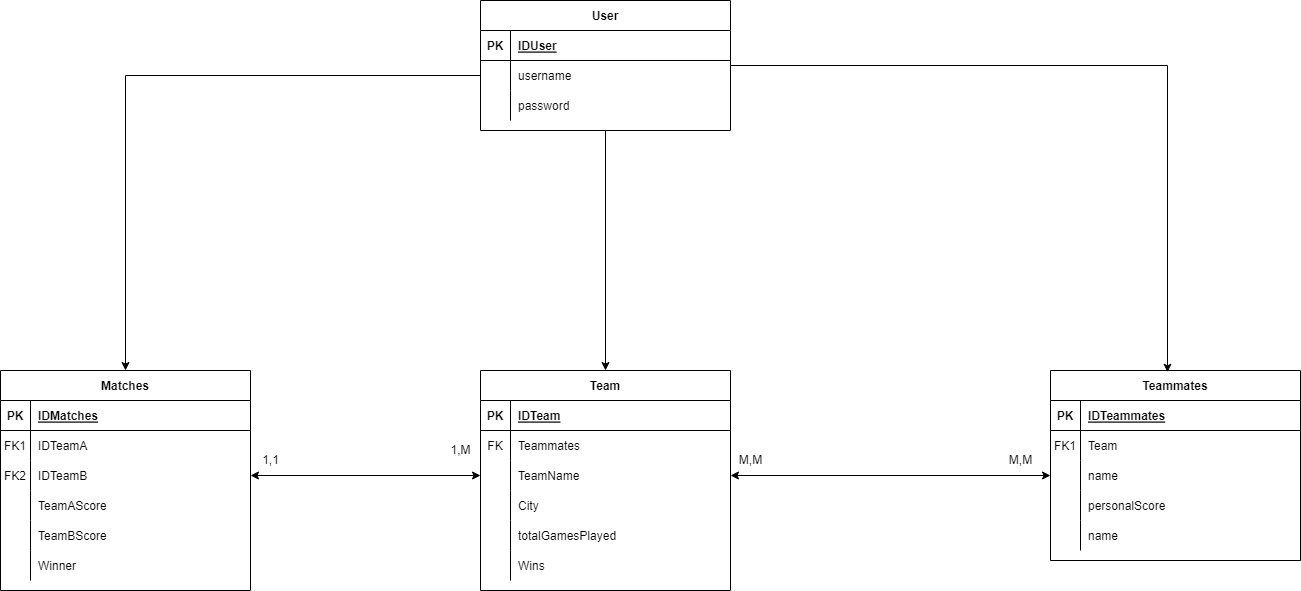
mastilovic/rekreativ-startup keeps this draw.io diagram as src/main/resources/static/UML/RekreativUML.drawio.png. Above is the earlier version. Source tidied: cells renumbered, new cells last; positions are measured from the earlier drawing's top-left corner, leaving out a move shared by most shapes.
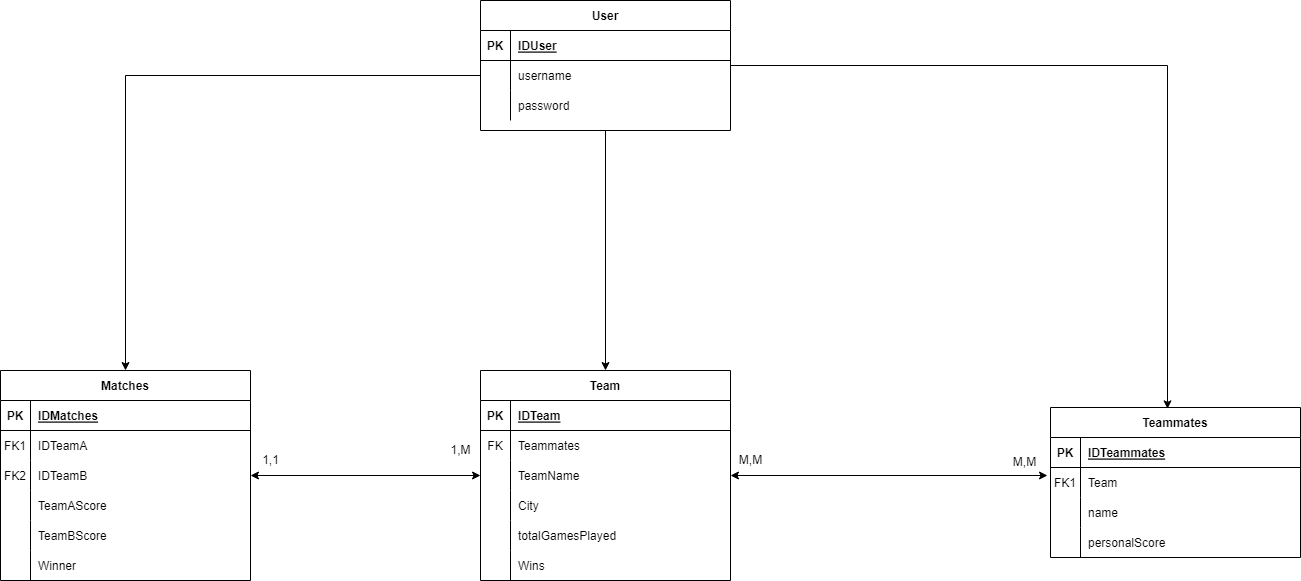
The same diagram one commit later.

Commit message:
Update: UML Diagram

Diff of the diagram source:
```diff
@@ -3,7 +3,7 @@
     <mxCell id="0" />
     <mxCell id="1" parent="0" />
     <mxCell id="2" value="Team" style="shape=table;startSize=30;rowLines=0;fontStyle=1;align=center;" parent="1" vertex="1">
-      <mxGeometry x="480" y="370" width="250" height="220" as="geometry" />
+      <mxGeometry x="480" y="370" width="250" height="210" as="geometry" />
     </mxCell>
     <mxCell id="3" style="shape=partialRectangle;fillColor=none;top=0;left=0;right=0;bottom=1;" parent="2" vertex="1">
       <mxGeometry y="30" width="250" height="30" as="geometry" />
@@ -60,7 +60,7 @@
       <mxGeometry x="30" width="220" height="30" as="geometry" />
     </mxCell>
     <mxCell id="21" value="Teammates" style="shape=table;startSize=30;rowLines=0;fontStyle=1;align=center;" parent="1" vertex="1">
-      <mxGeometry x="1050" y="370" width="250" height="190" as="geometry" />
+      <mxGeometry x="1050" y="407" width="250" height="150" as="geometry" />
     </mxCell>
     <mxCell id="22" style="shape=partialRectangle;fillColor=none;top=0;left=0;right=0;bottom=1;" parent="21" vertex="1">
       <mxGeometry y="30" width="250" height="30" as="geometry" />
@@ -98,15 +98,6 @@
     <mxCell id="33" value="personalScore" style="shape=partialRectangle;overflow=hidden;fillColor=none;top=0;left=0;bottom=0;right=0;align=left;spacingLeft=6;" parent="31" vertex="1">
       <mxGeometry x="30" width="220" height="30" as="geometry" />
     </mxCell>
-    <mxCell id="34" style="shape=partialRectangle;fillColor=none;top=0;left=0;right=0;bottom=0;" parent="21" vertex="1">
-      <mxGeometry y="150" width="250" height="30" as="geometry" />
-    </mxCell>
-    <mxCell id="35" style="shape=partialRectangle;overflow=hidden;fillColor=none;top=0;left=0;bottom=0;right=0;" parent="34" vertex="1">
-      <mxGeometry width="30" height="30" as="geometry" />
-    </mxCell>
-    <mxCell id="36" value="name" style="shape=partialRectangle;overflow=hidden;fillColor=none;top=0;left=0;bottom=0;right=0;align=left;spacingLeft=6;" parent="34" vertex="1">
-      <mxGeometry x="30" width="220" height="30" as="geometry" />
-    </mxCell>
     <mxCell id="37" style="edgeStyle=orthogonalEdgeStyle;rounded=0;jettySize=auto;html=1;entryX=0.468;entryY=0.009;entryDx=0;entryDy=0;entryPerimeter=0;" parent="1" edge="1" source="39" target="21">
       <mxGeometry relative="1" as="geometry" />
     </mxCell>
@@ -143,11 +134,11 @@
     <mxCell id="48" value="password" style="shape=partialRectangle;overflow=hidden;fillColor=none;top=0;left=0;bottom=0;right=0;align=left;spacingLeft=6;" parent="46" vertex="1">
       <mxGeometry x="30" width="220" height="30" as="geometry" />
     </mxCell>
-    <mxCell id="49" style="edgeStyle=orthogonalEdgeStyle;rounded=0;jettySize=auto;html=1;entryX=1;entryY=0.5;entryDx=0;entryDy=0;exitX=0;exitY=0.5;exitDx=0;exitDy=0;endArrow=classic;endFill=1;startArrow=classic;startFill=1;" parent="1" edge="1" source="28" target="9">
+    <mxCell id="49" style="edgeStyle=orthogonalEdgeStyle;rounded=0;jettySize=auto;html=1;entryX=1;entryY=0.5;entryDx=0;entryDy=0;exitX=-0.012;exitY=0.267;exitDx=0;exitDy=0;endArrow=classic;endFill=1;startArrow=classic;startFill=1;exitPerimeter=0;" parent="1" edge="1" source="25" target="9">
       <mxGeometry relative="1" as="geometry" />
     </mxCell>
     <mxCell id="50" value="Matches" style="shape=table;startSize=30;rowLines=0;fontStyle=1;align=center;" parent="1" vertex="1">
-      <mxGeometry y="370" width="250" height="220" as="geometry" />
+      <mxGeometry y="370" width="250" height="210" as="geometry" />
     </mxCell>
     <mxCell id="51" style="shape=partialRectangle;fillColor=none;top=0;left=0;right=0;bottom=1;" parent="50" vertex="1">
       <mxGeometry y="30" width="250" height="30" as="geometry" />
@@ -204,7 +195,7 @@
       <mxGeometry x="30" width="220" height="30" as="geometry" />
     </mxCell>
     <mxCell id="69" value="M,M" style="text;html=1;align=center;verticalAlign=middle;strokeColor=none;fillColor=none;" parent="1" vertex="1">
-      <mxGeometry x="1000" y="450" width="40" height="20" as="geometry" />
+      <mxGeometry x="1004" y="452" width="40" height="20" as="geometry" />
     </mxCell>
     <mxCell id="70" value="M,M" style="text;html=1;align=center;verticalAlign=middle;strokeColor=none;fillColor=none;" parent="1" vertex="1">
       <mxGeometry x="730" y="450" width="40" height="20" as="geometry" />
```
